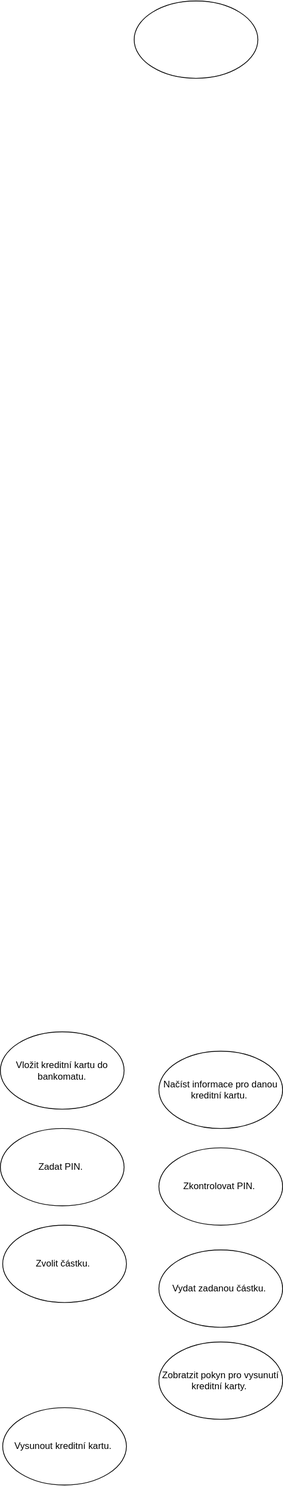
Above: bankomat.drawio.svg in PetrHonzejk/diagrams.net (draw.io), before the change. Source tidied: cells renumbered, new cells last; positions are measured from the earlier drawing's top-left corner, leaving out a move shared by most shapes.
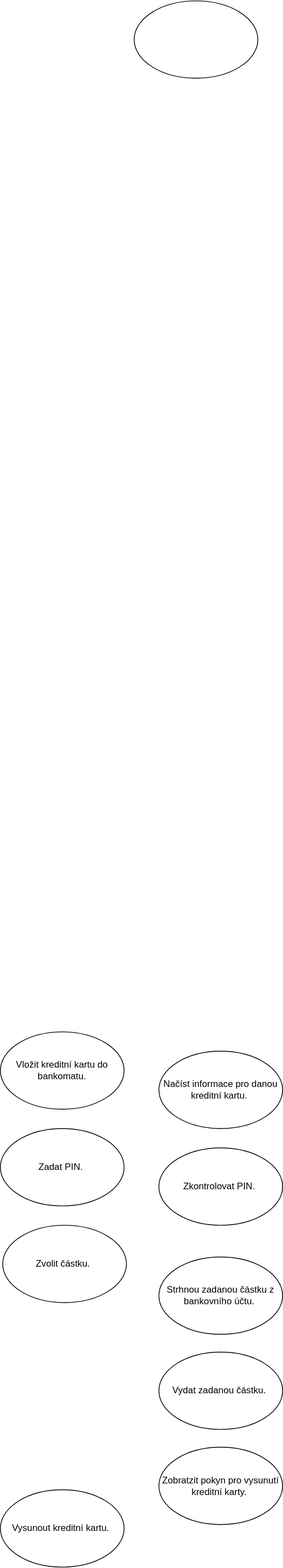
Later version of the same file.

Diff of the diagram source:
```diff
@@ -21,13 +21,16 @@
       <mxGeometry x="3" y="1583" width="160" height="100" as="geometry" />
     </mxCell>
     <mxCell id="8" value="Vydat zadanou částku.&amp;nbsp;" style="ellipse;whiteSpace=wrap;html=1;hachureGap=4;" parent="1" vertex="1">
-      <mxGeometry x="205" y="1615" width="160" height="100" as="geometry" />
+      <mxGeometry x="205" y="1747" width="160" height="100" as="geometry" />
     </mxCell>
     <mxCell id="9" value="Zobratzit pokyn pro vysunutí kreditní karty.&amp;nbsp;" style="ellipse;whiteSpace=wrap;html=1;hachureGap=4;" parent="1" vertex="1">
-      <mxGeometry x="205" y="1734" width="160" height="100" as="geometry" />
+      <mxGeometry x="205" y="1870" width="160" height="100" as="geometry" />
     </mxCell>
     <mxCell id="10" value="Vysunout kreditní kartu.&amp;nbsp;" style="ellipse;whiteSpace=wrap;html=1;hachureGap=4;" parent="1" vertex="1">
-      <mxGeometry x="3" y="1819" width="160" height="100" as="geometry" />
+      <mxGeometry y="1925" width="160" height="100" as="geometry" />
     </mxCell>
+    <mxCell id="11" value="Strhnou zadanou částku z bankovního účtu.&amp;nbsp;" style="ellipse;whiteSpace=wrap;html=1;hachureGap=4;" parent="1" vertex="1">
+      <mxGeometry x="205" y="1624" width="160" height="100" as="geometry" />
+    </mxCell>
   </root>
 </mxGraphModel>
```
